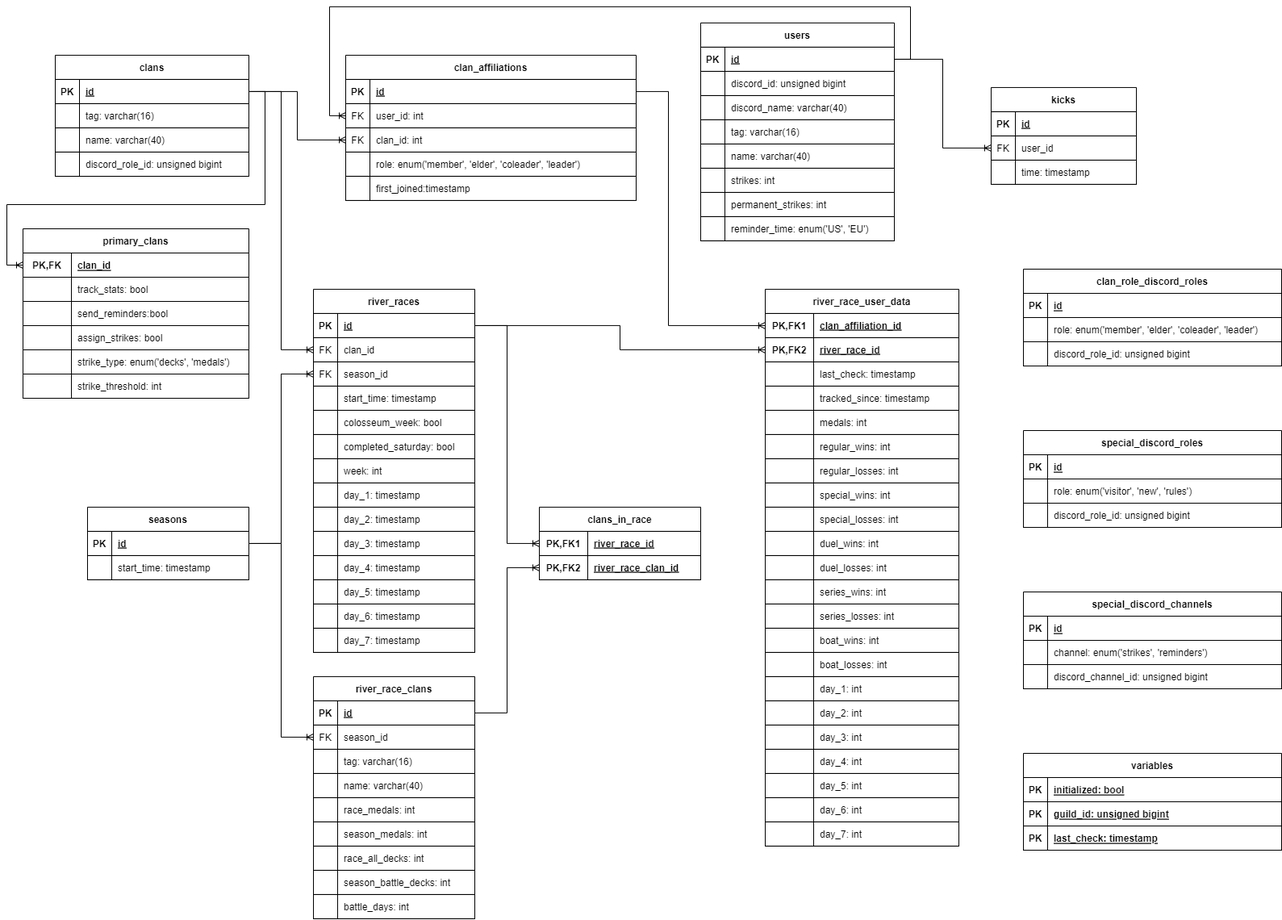
chradajan/ClashRoyaleManager keeps this draw.io diagram as docs/DatabaseSchema.png. Above is the earlier version. Source tidied: cells renumbered, new cells last; positions are measured from the earlier drawing's top-left corner, leaving out a move shared by most shapes.
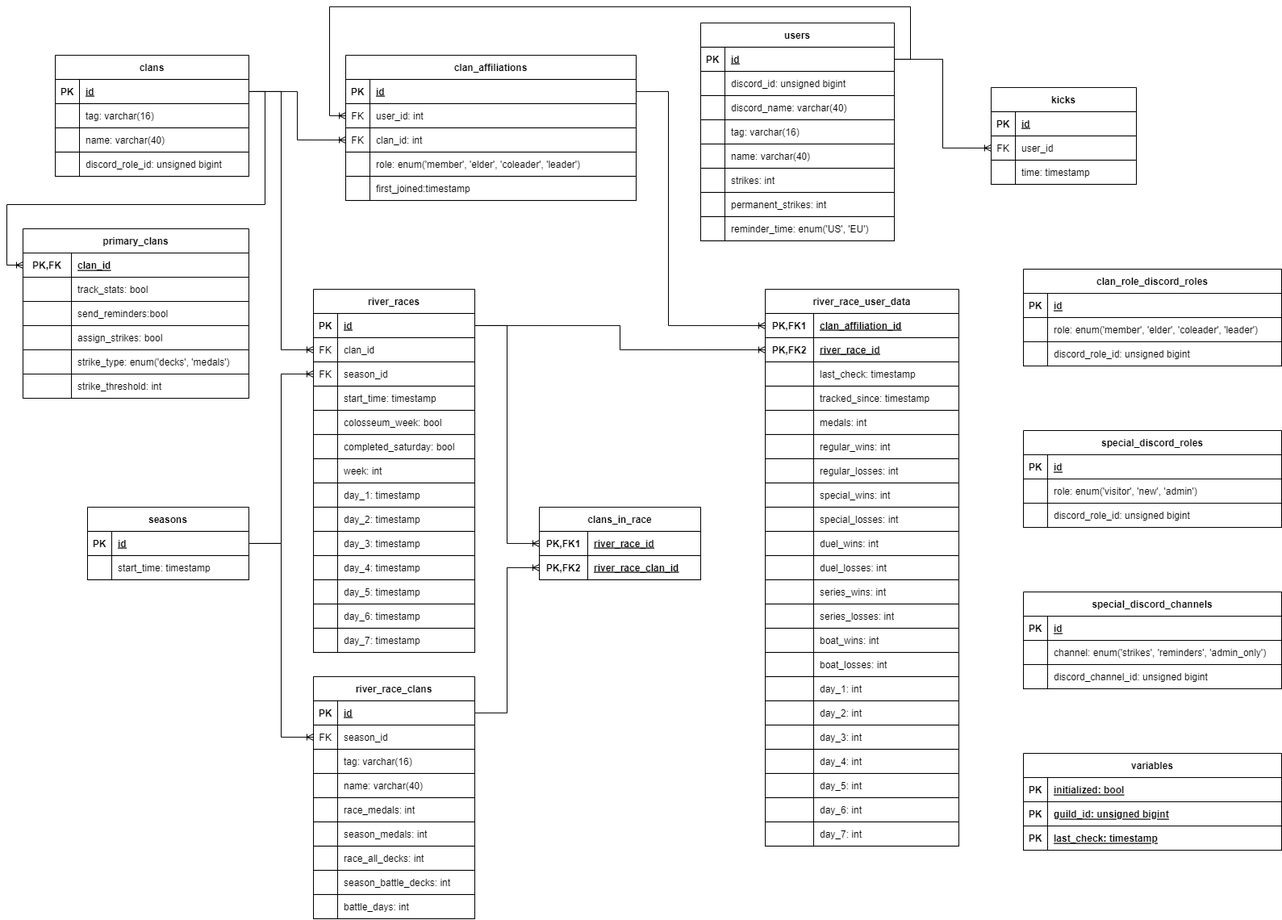
Above is the later version.

Commit message:
Implement role management on user registration

Diff of the diagram source:
```diff
@@ -837,7 +837,7 @@
     <mxCell id="273" style="shape=partialRectangle;fillColor=none;top=0;left=0;bottom=0;right=0;overflow=hidden;" parent="272" vertex="1">
       <mxGeometry width="30" height="30" as="geometry" />
     </mxCell>
-    <mxCell id="274" value="role: enum('visitor', 'new', 'rules') " style="shape=partialRectangle;fillColor=none;top=0;left=0;bottom=0;right=0;align=left;spacingLeft=6;overflow=hidden;" parent="272" vertex="1">
+    <mxCell id="274" value="role: enum('visitor', 'new', 'admin') " style="shape=partialRectangle;fillColor=none;top=0;left=0;bottom=0;right=0;align=left;spacingLeft=6;overflow=hidden;" parent="272" vertex="1">
       <mxGeometry x="30" width="290" height="30" as="geometry" />
     </mxCell>
     <mxCell id="275" style="shape=tableRow;horizontal=0;startSize=0;swimlaneHead=0;swimlaneBody=0;fillColor=none;top=0;left=0;right=0;bottom=0;" parent="268" vertex="1">
@@ -867,7 +867,7 @@
     <mxCell id="283" style="shape=partialRectangle;fillColor=none;top=0;left=0;bottom=0;right=0;overflow=hidden;" parent="282" vertex="1">
       <mxGeometry width="30" height="30" as="geometry" />
     </mxCell>
-    <mxCell id="284" value="channel: enum('strikes', 'reminders') " style="shape=partialRectangle;fillColor=none;top=0;left=0;bottom=0;right=0;align=left;spacingLeft=6;overflow=hidden;" parent="282" vertex="1">
+    <mxCell id="284" value="channel: enum('strikes', 'reminders', 'admin_only') " style="shape=partialRectangle;fillColor=none;top=0;left=0;bottom=0;right=0;align=left;spacingLeft=6;overflow=hidden;" parent="282" vertex="1">
       <mxGeometry x="30" width="290" height="30" as="geometry" />
     </mxCell>
     <mxCell id="285" style="shape=tableRow;horizontal=0;startSize=0;swimlaneHead=0;swimlaneBody=0;fillColor=none;top=0;left=0;right=0;bottom=0;" parent="278" vertex="1">
```
